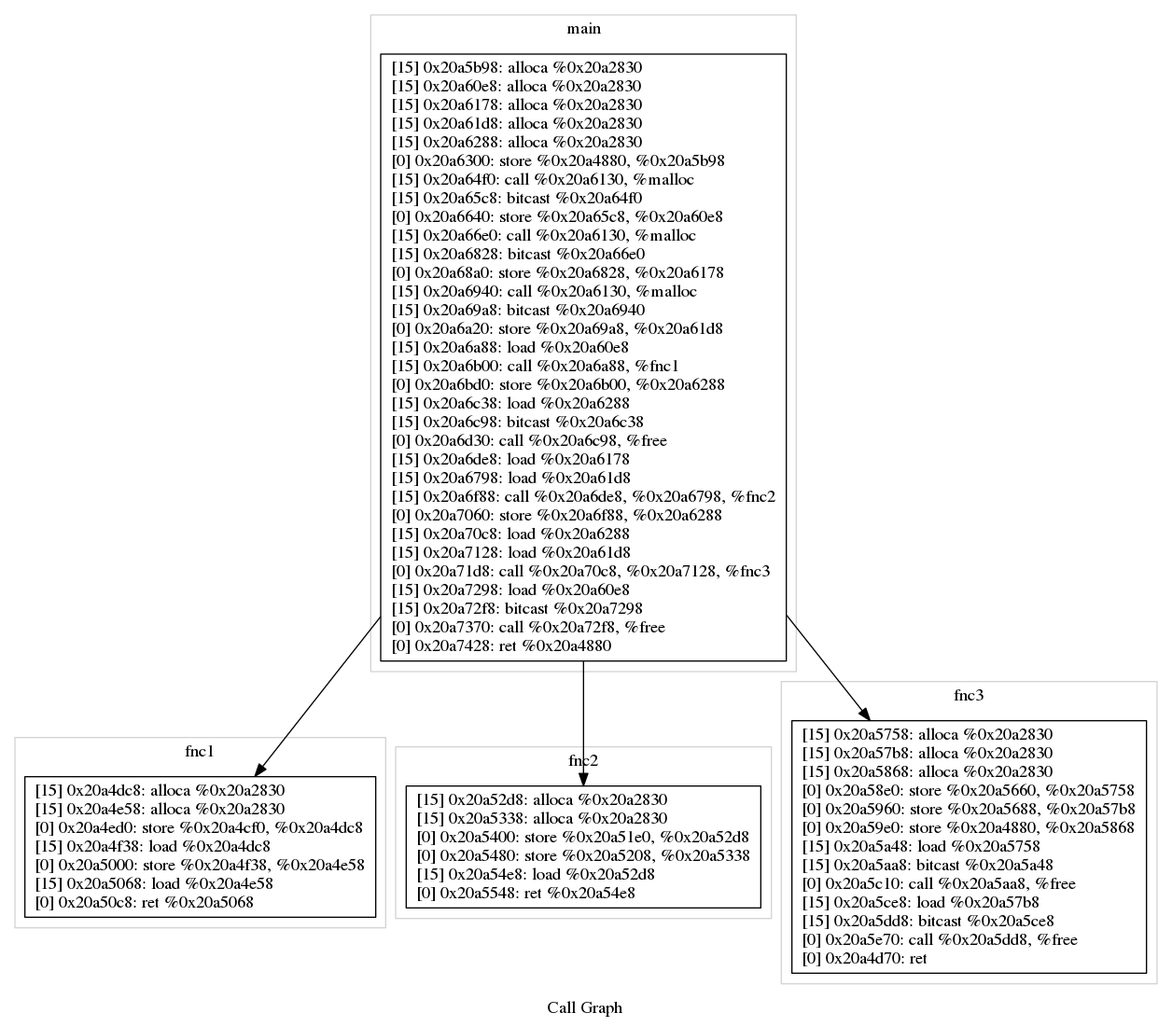
Earlier version of the Graphviz export graph.png (posjkh22/DrawCallGraph). Its source is kept beside it as graph.dot.
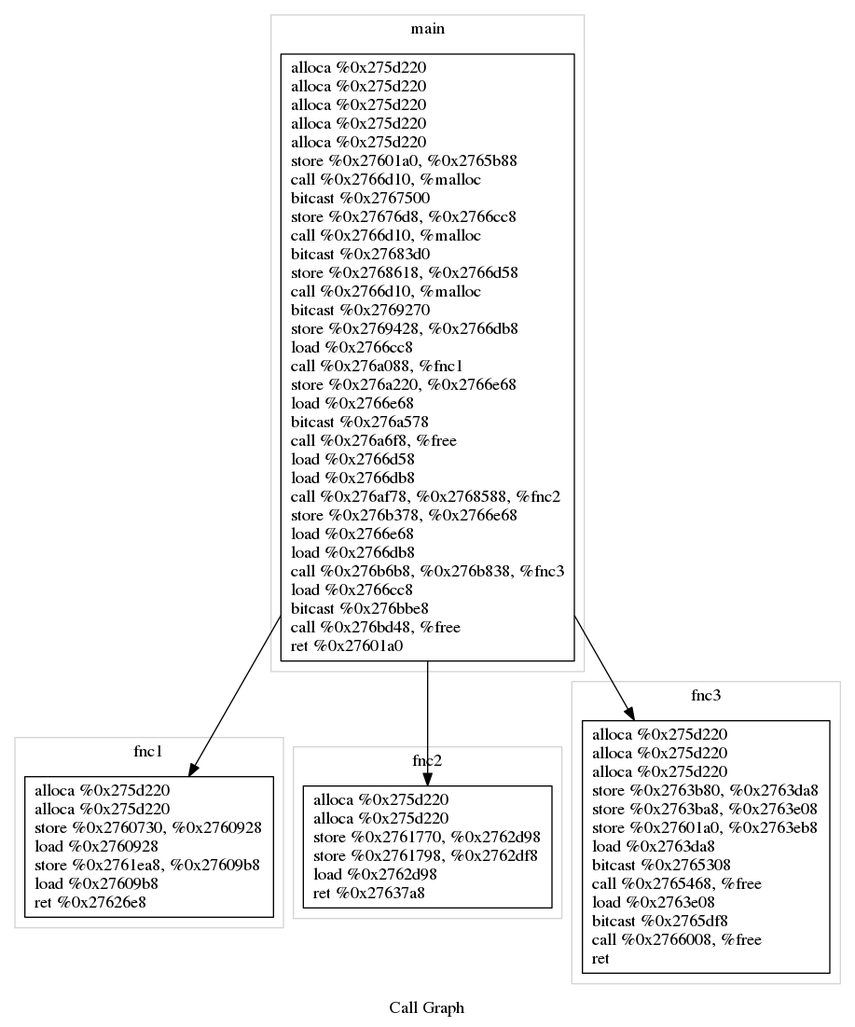
Later version of the same file.

Diff of the diagram source:
```diff
@@ -4,94 +4,98 @@
 	subgraph cluster_0 {
 		color=lightgrey;
 		label="fnc1";
-		Node0x20a4d20 [shape=record, label="{
-				[15] 0x20a4dc8: alloca %0x20a2830\l
-				[15] 0x20a4e58: alloca %0x20a2830\l
-				[0] 0x20a4ed0: store %0x20a4cf0, %0x20a4dc8\l
-				[15] 0x20a4f38: load %0x20a4dc8\l
-				[0] 0x20a5000: store %0x20a4f38, %0x20a4e58\l
-				[15] 0x20a5068: load %0x20a4e58\l
-				[0] 0x20a50c8: ret %0x20a5068\l
+		Node0x2760860 [shape=record, label="{
+				alloca %0x275d220\l
+				alloca %0x275d220\l
+				store %0x2760730, %0x2760928\l
+				load %0x2760928\l
+				store %0x2761ea8, %0x27609b8\l
+				load %0x27609b8\l
+				ret %0x27626e8\l
 			}"];
 	}
 	subgraph cluster_1 {
 		color=lightgrey;
-		label="fnc2";
-		Node0x20a5240 [shape=record, label="{
-				[15] 0x20a52d8: alloca %0x20a2830\l
-				[15] 0x20a5338: alloca %0x20a2830\l
-				[0] 0x20a5400: store %0x20a51e0, %0x20a52d8\l
-				[0] 0x20a5480: store %0x20a5208, %0x20a5338\l
-				[15] 0x20a54e8: load %0x20a52d8\l
-				[0] 0x20a5548: ret %0x20a54e8\l
-			}"];
+		label="llvm.dbg.declare";
 	}
 	subgraph cluster_2 {
 		color=lightgrey;
-		label="fnc3";
-		Node0x20a56c0 [shape=record, label="{
-				[15] 0x20a5758: alloca %0x20a2830\l
-				[15] 0x20a57b8: alloca %0x20a2830\l
-				[15] 0x20a5868: alloca %0x20a2830\l
-				[0] 0x20a58e0: store %0x20a5660, %0x20a5758\l
-				[0] 0x20a5960: store %0x20a5688, %0x20a57b8\l
-				[0] 0x20a59e0: store %0x20a4880, %0x20a5868\l
-				[15] 0x20a5a48: load %0x20a5758\l
-				[15] 0x20a5aa8: bitcast %0x20a5a48\l
-				[0] 0x20a5c10: call %0x20a5aa8, %free\l
-				[15] 0x20a5ce8: load %0x20a57b8\l
-				[15] 0x20a5dd8: bitcast %0x20a5ce8\l
-				[0] 0x20a5e70: call %0x20a5dd8, %free\l
-				[0] 0x20a4d70: ret \l
+		label="fnc2";
+		Node0x2762cf0 [shape=record, label="{
+				alloca %0x275d220\l
+				alloca %0x275d220\l
+				store %0x2761770, %0x2762d98\l
+				store %0x2761798, %0x2762df8\l
+				load %0x2762d98\l
+				ret %0x27637a8\l
 			}"];
 	}
 	subgraph cluster_3 {
 		color=lightgrey;
-		label="free";
+		label="fnc3";
+		Node0x2763d00 [shape=record, label="{
+				alloca %0x275d220\l
+				alloca %0x275d220\l
+				alloca %0x275d220\l
+				store %0x2763b80, %0x2763da8\l
+				store %0x2763ba8, %0x2763e08\l
+				store %0x27601a0, %0x2763eb8\l
+				load %0x2763da8\l
+				bitcast %0x2765308\l
+				call %0x2765468, %free\l
+				load %0x2763e08\l
+				bitcast %0x2765df8\l
+				call %0x2766008, %free\l
+				ret \l
+			}"];
 	}
 	subgraph cluster_4 {
 		color=lightgrey;
-		label="main";
-		Node0x20a6020 [shape=record, label="{
-				[15] 0x20a5b98: alloca %0x20a2830\l
-				[15] 0x20a60e8: alloca %0x20a2830\l
-				[15] 0x20a6178: alloca %0x20a2830\l
-				[15] 0x20a61d8: alloca %0x20a2830\l
-				[15] 0x20a6288: alloca %0x20a2830\l
-				[0] 0x20a6300: store %0x20a4880, %0x20a5b98\l
-				[15] 0x20a64f0: call %0x20a6130, %malloc\l
-				[15] 0x20a65c8: bitcast %0x20a64f0\l
-				[0] 0x20a6640: store %0x20a65c8, %0x20a60e8\l
-				[15] 0x20a66e0: call %0x20a6130, %malloc\l
-				[15] 0x20a6828: bitcast %0x20a66e0\l
-				[0] 0x20a68a0: store %0x20a6828, %0x20a6178\l
-				[15] 0x20a6940: call %0x20a6130, %malloc\l
-				[15] 0x20a69a8: bitcast %0x20a6940\l
-				[0] 0x20a6a20: store %0x20a69a8, %0x20a61d8\l
-				[15] 0x20a6a88: load %0x20a60e8\l
-				[15] 0x20a6b00: call %0x20a6a88, %fnc1\l
-				[0] 0x20a6bd0: store %0x20a6b00, %0x20a6288\l
-				[15] 0x20a6c38: load %0x20a6288\l
-				[15] 0x20a6c98: bitcast %0x20a6c38\l
-				[0] 0x20a6d30: call %0x20a6c98, %free\l
-				[15] 0x20a6de8: load %0x20a6178\l
-				[15] 0x20a6798: load %0x20a61d8\l
-				[15] 0x20a6f88: call %0x20a6de8, %0x20a6798, %fnc2\l
-				[0] 0x20a7060: store %0x20a6f88, %0x20a6288\l
-				[15] 0x20a70c8: load %0x20a6288\l
-				[15] 0x20a7128: load %0x20a61d8\l
-				[0] 0x20a71d8: call %0x20a70c8, %0x20a7128, %fnc3\l
-				[15] 0x20a7298: load %0x20a60e8\l
-				[15] 0x20a72f8: bitcast %0x20a7298\l
-				[0] 0x20a7370: call %0x20a72f8, %free\l
-				[0] 0x20a7428: ret %0x20a4880\l
-			}"];
+		label="free";
 	}
 	subgraph cluster_5 {
 		color=lightgrey;
+		label="main";
+		Node0x2766be0 [shape=record, label="{
+				alloca %0x275d220\l
+				alloca %0x275d220\l
+				alloca %0x275d220\l
+				alloca %0x275d220\l
+				alloca %0x275d220\l
+				store %0x27601a0, %0x2765b88\l
+				call %0x2766d10, %malloc\l
+				bitcast %0x2767500\l
+				store %0x27676d8, %0x2766cc8\l
+				call %0x2766d10, %malloc\l
+				bitcast %0x27683d0\l
+				store %0x2768618, %0x2766d58\l
+				call %0x2766d10, %malloc\l
+				bitcast %0x2769270\l
+				store %0x2769428, %0x2766db8\l
+				load %0x2766cc8\l
+				call %0x276a088, %fnc1\l
+				store %0x276a220, %0x2766e68\l
+				load %0x2766e68\l
+				bitcast %0x276a578\l
+				call %0x276a6f8, %free\l
+				load %0x2766d58\l
+				load %0x2766db8\l
+				call %0x276af78, %0x2768588, %fnc2\l
+				store %0x276b378, %0x2766e68\l
+				load %0x2766e68\l
+				load %0x2766db8\l
+				call %0x276b6b8, %0x276b838, %fnc3\l
+				load %0x2766cc8\l
+				bitcast %0x276bbe8\l
+				call %0x276bd48, %free\l
+				ret %0x27601a0\l
+			}"];
+	}
+	subgraph cluster_6 {
+		color=lightgrey;
 		label="malloc";
 	}
-	Node0x20a6020 -> Node0x20a4d20
-	Node0x20a6020 -> Node0x20a5240
-	Node0x20a6020 -> Node0x20a56c0
+	Node0x2766be0 -> Node0x2760860
+	Node0x2766be0 -> Node0x2762cf0
+	Node0x2766be0 -> Node0x2763d00
 }
```
